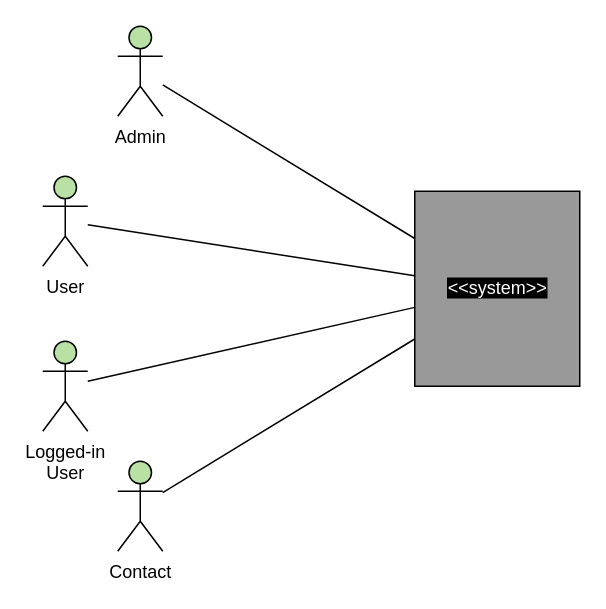
Earlier version of the draw.io diagram Cadrage/context.drawio (JgPhil/Blog). Source tidied: cells renumbered, new cells numbered last; positions are measured from the earlier drawing's top-left corner, leaving out a move shared by most shapes. Both pictures are drawn from the tidied source at 150%, with x=0, y=0 at pixel (42, 26).
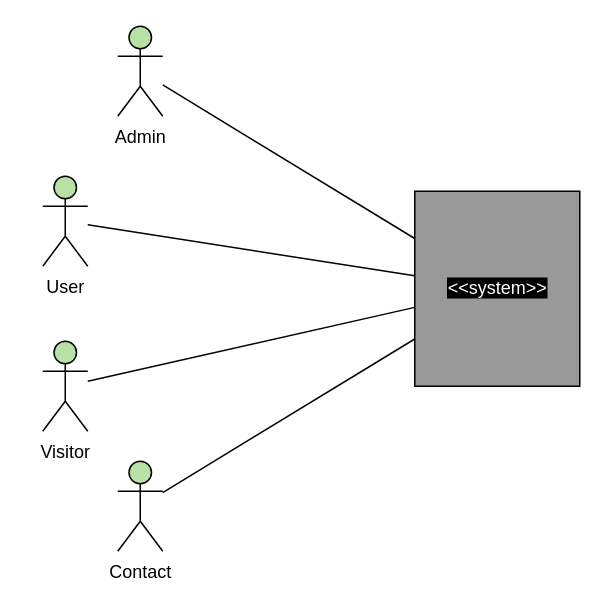
The same diagram, later.

The edit, as a diff of the source:
```diff
@@
 <mxGraphModel>
   <root>
     <mxCell id="0" />
     <mxCell id="1" parent="0" />
     <mxCell id="2" value="&lt;span style=&quot;background-color: rgb(0 , 0 , 0)&quot;&gt;&lt;font color=&quot;#ffffff&quot;&gt;&amp;lt;&amp;lt;system&amp;gt;&amp;gt;&lt;/font&gt;&lt;/span&gt;" style="html=1;fillColor=#999999;" parent="1" vertex="1">
       <mxGeometry x="248" y="110" width="110" height="130" as="geometry" />
     </mxCell>
     <mxCell id="3" value="Admin" style="shape=umlActor;verticalLabelPosition=bottom;labelBackgroundColor=#ffffff;verticalAlign=top;html=1;fillColor=#B9E0A5;" parent="1" vertex="1">
       <mxGeometry x="50" width="30" height="60" as="geometry" />
     </mxCell>
     <mxCell id="4" value="User" style="shape=umlActor;verticalLabelPosition=bottom;labelBackgroundColor=#ffffff;verticalAlign=top;html=1;fillColor=#B9E0A5;" parent="1" vertex="1">
       <mxGeometry y="100" width="30" height="60" as="geometry" />
     </mxCell>
     <mxCell id="5" style="endArrow=none;html=1;" parent="1" edge="1" source="3" target="2">
       <mxGeometry relative="1" as="geometry" />
     </mxCell>
     <mxCell id="6" style="endArrow=none;html=1;" parent="1" edge="1" source="4" target="2">
       <mxGeometry relative="1" as="geometry" />
     </mxCell>
     <mxCell id="7" value="Contact" style="shape=umlActor;verticalLabelPosition=bottom;labelBackgroundColor=#ffffff;verticalAlign=top;html=1;fillColor=#B9E0A5;" parent="1" vertex="1">
       <mxGeometry x="50" y="290" width="30" height="60" as="geometry" />
     </mxCell>
     <mxCell id="8" style="endArrow=none;html=1;" parent="1" edge="1" source="7" target="2">
       <mxGeometry relative="1" as="geometry" />
     </mxCell>
-    <mxCell id="9" value="Logged-in&lt;br&gt;User" style="shape=umlActor;verticalLabelPosition=bottom;labelBackgroundColor=#ffffff;verticalAlign=top;html=1;fillColor=#B9E0A5;" parent="1" vertex="1">
+    <mxCell id="9" value="Visitor" style="shape=umlActor;verticalLabelPosition=bottom;labelBackgroundColor=#ffffff;verticalAlign=top;html=1;fillColor=#B9E0A5;" parent="1" vertex="1">
       <mxGeometry y="210" width="30" height="60" as="geometry" />
     </mxCell>
     <mxCell id="10" style="endArrow=none;html=1;" parent="1" edge="1" source="9" target="2">
       <mxGeometry relative="1" as="geometry" />
     </mxCell>
   </root>
 </mxGraphModel>
```
